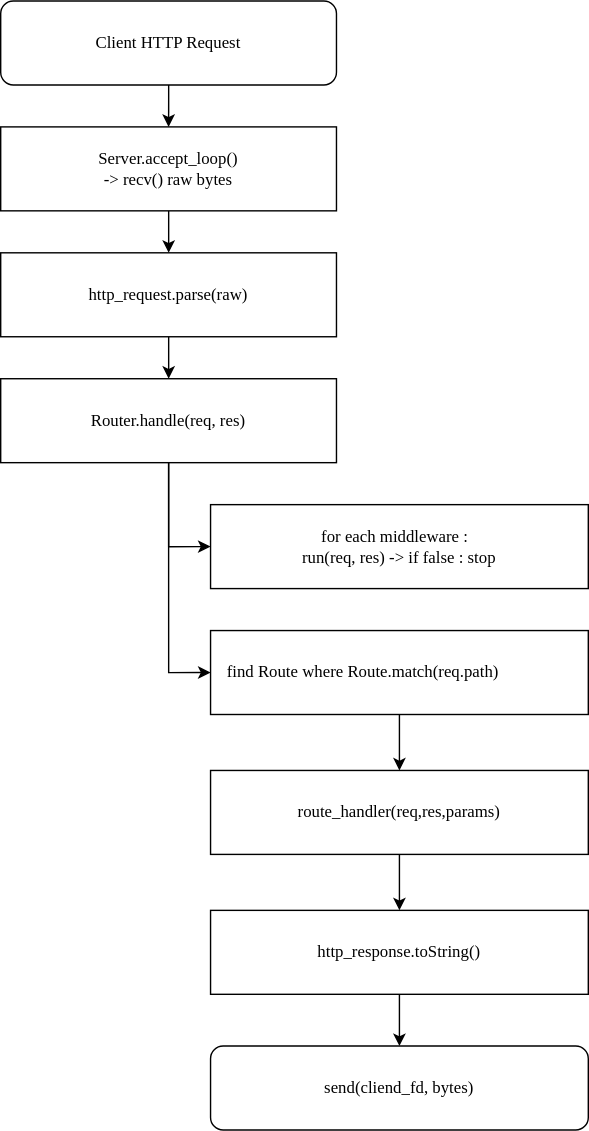
Earlier version of the draw.io export assets/Flowchart.svg (black-operative/Server-Plus-Plus). Source tidied: cells renumbered, new cells last; positions are measured from the earlier drawing's top-left corner, leaving out a move shared by most shapes.
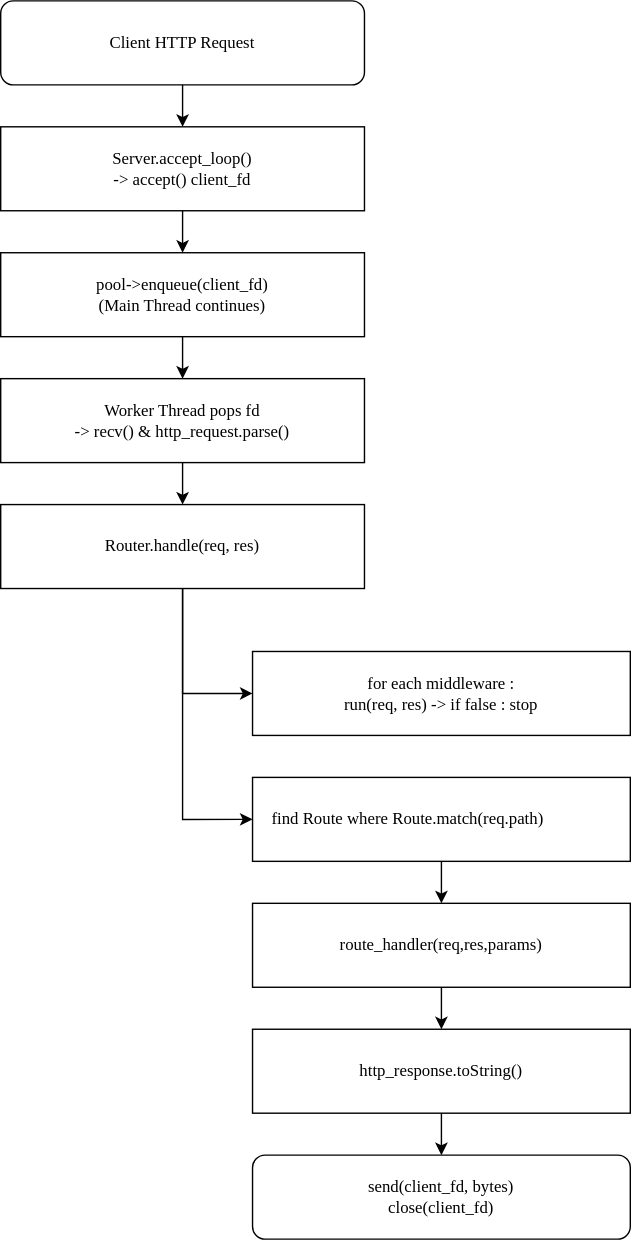
Later version of the same file.

Commit message:
- Move to C++20 for `std::jthread` - Add `std::jthread` based Thread_Pool class for parrallel execution.

Diff of the diagram source:
```diff
@@ -2,56 +2,62 @@
   <root>
     <mxCell id="0" />
     <mxCell id="1" parent="0" />
-    <mxCell id="2" style="edgeStyle=orthogonalEdgeStyle;rounded=0;jettySize=auto;html=1;entryX=0.5;entryY=0;entryDx=0;entryDy=0;fontFamily=Lucida Console;" parent="1" edge="1" source="3" target="5">
-      <mxGeometry relative="1" as="geometry" />
-    </mxCell>
     <mxCell id="3" value="Client HTTP Request" style="rounded=1;whiteSpace=wrap;html=1;fontFamily=Lucida Console;" parent="1" vertex="1">
-      <mxGeometry width="240" height="60" as="geometry" />
+      <mxGeometry y="8" width="260" height="60" as="geometry" />
     </mxCell>
-    <mxCell id="4" style="edgeStyle=orthogonalEdgeStyle;rounded=0;jettySize=auto;html=1;fontFamily=Lucida Console;" parent="1" edge="1" source="5" target="7">
-      <mxGeometry relative="1" as="geometry" />
-    </mxCell>
-    <mxCell id="5" value="Server.accept_loop()&lt;div&gt;-&amp;gt; recv() raw bytes&lt;/div&gt;" style="rounded=0;whiteSpace=wrap;html=1;fontFamily=Lucida Console;" parent="1" vertex="1">
-      <mxGeometry y="90" width="240" height="60" as="geometry" />
-    </mxCell>
-    <mxCell id="6" style="edgeStyle=orthogonalEdgeStyle;rounded=0;jettySize=auto;html=1;fontFamily=Lucida Console;" parent="1" edge="1" source="7" target="10">
-      <mxGeometry relative="1" as="geometry" />
-    </mxCell>
-    <mxCell id="7" value="http_request.parse(raw)" style="rounded=0;whiteSpace=wrap;html=1;fontFamily=Lucida Console;" parent="1" vertex="1">
-      <mxGeometry y="180" width="240" height="60" as="geometry" />
-    </mxCell>
+    <mxCell id="19" value="Server.accept_loop()&lt;div&gt;-&amp;gt; accept() client_fd&lt;/div&gt;" style="rounded=0;whiteSpace=wrap;html=1;fontFamily=Lucida Console;" parent="1" vertex="1">
+      <mxGeometry y="98" width="260" height="60" as="geometry" />
+    </mxCell>
+    <mxCell id="20" style="edgeStyle=orthogonalEdgeStyle;rounded=0;jettySize=auto;html=1;" parent="1" edge="1" source="3" target="19">
+      <mxGeometry relative="1" as="geometry" />
+    </mxCell>
+    <mxCell id="21" value="pool-&amp;gt;enqueue(client_fd)&lt;div&gt;(Main Thread continues)&lt;/div&gt;" style="rounded=0;whiteSpace=wrap;html=1;fontFamily=Lucida Console;fillColor=default;strokeColor=default;align=center;verticalAlign=middle;fontSize=12;fontColor=default;" parent="1" vertex="1">
+      <mxGeometry y="188" width="260" height="60" as="geometry" />
+    </mxCell>
+    <mxCell id="22" style="edgeStyle=orthogonalEdgeStyle;rounded=0;jettySize=auto;html=1;" parent="1" edge="1" source="19" target="21">
+      <mxGeometry relative="1" as="geometry" />
+    </mxCell>
+    <mxCell id="23" value="Worker Thread pops fd&lt;div&gt;-&amp;gt; recv() &amp;amp; http_request.parse()&lt;/div&gt;" style="rounded=0;whiteSpace=wrap;html=1;fontFamily=Lucida Console;fillColor=default;strokeColor=default;align=center;verticalAlign=middle;fontSize=12;fontColor=default;" parent="1" vertex="1">
+      <mxGeometry y="278" width="260" height="60" as="geometry" />
+    </mxCell>
+    <mxCell id="24" style="edgeStyle=orthogonalEdgeStyle;rounded=0;jettySize=auto;html=1;" parent="1" edge="1" source="21" target="23">
+      <mxGeometry relative="1" as="geometry" />
+    </mxCell>
+    <mxCell id="10" value="Router.handle(req, res)" style="rounded=0;whiteSpace=wrap;html=1;fontFamily=Lucida Console;" parent="1" vertex="1">
+      <mxGeometry y="368" width="260" height="60" as="geometry" />
+    </mxCell>
+    <mxCell id="25" style="edgeStyle=orthogonalEdgeStyle;rounded=0;jettySize=auto;html=1;" parent="1" edge="1" source="23" target="10">
+      <mxGeometry relative="1" as="geometry" />
+    </mxCell>
+    <mxCell id="16" value="for each middleware :&lt;div&gt;run(req, res) -&amp;gt; if false : stop&lt;/div&gt;" style="rounded=0;whiteSpace=wrap;html=1;fontFamily=Lucida Console;" parent="1" vertex="1">
+      <mxGeometry x="180" y="473" width="270" height="60" as="geometry" />
+    </mxCell>
-    <mxCell id="8" style="edgeStyle=orthogonalEdgeStyle;rounded=0;jettySize=auto;html=1;entryX=0;entryY=0.5;entryDx=0;entryDy=0;" parent="1" edge="1" source="10" target="16">
+    <mxCell id="8" style="edgeStyle=orthogonalEdgeStyle;rounded=0;jettySize=auto;html=1;exitX=0.5;exitY=1;exitDx=0;exitDy=0;entryX=0;entryY=0.5;entryDx=0;entryDy=0;" parent="1" edge="1" source="10" target="16">
       <mxGeometry relative="1" as="geometry" />
     </mxCell>
+    <mxCell id="18" value="find Route where Route.match(req.path)" style="rounded=0;whiteSpace=wrap;html=1;fontFamily=Lucida Console;align=left;spacingLeft=12;" parent="1" vertex="1">
+      <mxGeometry x="180" y="563" width="270" height="60" as="geometry" />
+    </mxCell>
+    <mxCell id="12" value="route_handler(req,res,params)" style="rounded=0;whiteSpace=wrap;html=1;fontFamily=Lucida Console;" parent="1" vertex="1">
+      <mxGeometry x="180" y="653" width="270" height="60" as="geometry" />
+    </mxCell>
+    <mxCell id="17" style="edgeStyle=orthogonalEdgeStyle;rounded=0;jettySize=auto;html=1;exitX=0.5;exitY=1;entryX=0.5;entryY=0;" parent="1" edge="1" source="18" target="12">
+      <mxGeometry relative="1" as="geometry" />
+    </mxCell>
+    <mxCell id="14" value="http_response.toString()" style="rounded=0;whiteSpace=wrap;html=1;fontFamily=Lucida Console;" parent="1" vertex="1">
+      <mxGeometry x="180" y="743" width="270" height="60" as="geometry" />
+    </mxCell>
+    <mxCell id="11" style="edgeStyle=orthogonalEdgeStyle;rounded=0;jettySize=auto;html=1;exitX=0.5;exitY=1;entryX=0.5;entryY=0;" parent="1" edge="1" source="12" target="14">
+      <mxGeometry relative="1" as="geometry" />
+    </mxCell>
+    <mxCell id="26" value="send(client_fd, bytes)&lt;div&gt;close(client_fd)&lt;/div&gt;" style="rounded=1;whiteSpace=wrap;html=1;fontFamily=Lucida Console;" parent="1" vertex="1">
+      <mxGeometry x="180" y="833" width="270" height="60" as="geometry" />
+    </mxCell>
+    <mxCell id="27" style="edgeStyle=orthogonalEdgeStyle;rounded=0;jettySize=auto;html=1;exitX=0.5;exitY=1;entryX=0.5;entryY=0;" parent="1" edge="1" source="14" target="26">
+      <mxGeometry relative="1" as="geometry" />
+    </mxCell>
     <mxCell id="9" style="edgeStyle=orthogonalEdgeStyle;rounded=0;jettySize=auto;html=1;exitX=0.5;exitY=1;exitDx=0;exitDy=0;entryX=0;entryY=0.5;entryDx=0;entryDy=0;" parent="1" edge="1" source="10" target="18">
       <mxGeometry relative="1" as="geometry" />
     </mxCell>
-    <mxCell id="10" value="Router.handle(req, res)" style="rounded=0;fontFamily=Lucida Console;align=center;html=1;whiteSpace=wrap;spacing=12;" parent="1" vertex="1">
-      <mxGeometry y="270" width="240" height="60" as="geometry" />
-    </mxCell>
-    <mxCell id="11" style="edgeStyle=orthogonalEdgeStyle;rounded=0;jettySize=auto;html=1;exitX=0.5;exitY=1;exitDx=0;exitDy=0;entryX=0.5;entryY=0;entryDx=0;entryDy=0;" parent="1" edge="1" source="12" target="14">
-      <mxGeometry relative="1" as="geometry" />
-    </mxCell>
-    <mxCell id="12" value="route_handler(req,res,params)" style="whiteSpace=wrap;html=1;fontFamily=Lucida Console;align=center;rounded=0;spacing=12;" parent="1" vertex="1">
-      <mxGeometry x="150" y="550" width="270" height="60" as="geometry" />
-    </mxCell>
-    <mxCell id="13" style="edgeStyle=orthogonalEdgeStyle;rounded=0;jettySize=auto;html=1;entryX=0.5;entryY=0;entryDx=0;entryDy=0;" parent="1" edge="1" source="14" target="15">
-      <mxGeometry relative="1" as="geometry" />
-    </mxCell>
-    <mxCell id="14" value="http_response.toString()" style="whiteSpace=wrap;html=1;fontFamily=Lucida Console;align=center;rounded=0;spacing=12;" parent="1" vertex="1">
-      <mxGeometry x="150" y="650" width="270" height="60" as="geometry" />
-    </mxCell>
-    <mxCell id="15" value="&lt;font face=&quot;Lucida Console&quot;&gt;send(cliend_fd, bytes)&lt;/font&gt;" style="rounded=1;whiteSpace=wrap;html=1;" parent="1" vertex="1">
-      <mxGeometry x="150" y="747" width="270" height="60" as="geometry" />
-    </mxCell>
-    <mxCell id="16" value="&lt;span style=&quot;background-color: transparent; color: light-dark(rgb(0, 0, 0), rgb(255, 255, 255));&quot;&gt;for each middleware :&amp;nbsp;&amp;nbsp;&lt;/span&gt;&lt;div style=&quot;&quot;&gt;&lt;span style=&quot;background-color: transparent; color: light-dark(rgb(0, 0, 0), rgb(255, 255, 255));&quot;&gt;run(req, res) -&amp;gt; if false : stop&lt;/span&gt;&lt;/div&gt;" style="whiteSpace=wrap;html=1;fontFamily=Lucida Console;rounded=0;spacing=12;align=center;" parent="1" vertex="1">
-      <mxGeometry x="150" y="360" width="270" height="60" as="geometry" />
-    </mxCell>
-    <mxCell id="17" style="edgeStyle=orthogonalEdgeStyle;rounded=0;jettySize=auto;html=1;exitX=0.5;exitY=1;exitDx=0;exitDy=0;entryX=0.5;entryY=0;entryDx=0;entryDy=0;" parent="1" edge="1" source="18" target="12">
-      <mxGeometry relative="1" as="geometry" />
-    </mxCell>
-    <mxCell id="18" value="&lt;span style=&quot;background-color: transparent; color: light-dark(rgb(0, 0, 0), rgb(255, 255, 255));&quot;&gt;find Route where Route.match(req.path)&lt;/span&gt;" style="whiteSpace=wrap;html=1;fontFamily=Lucida Console;rounded=0;spacing=12;align=left;" parent="1" vertex="1">
-      <mxGeometry x="150" y="450" width="270" height="60" as="geometry" />
-    </mxCell>
   </root>
 </mxGraphModel>
```
